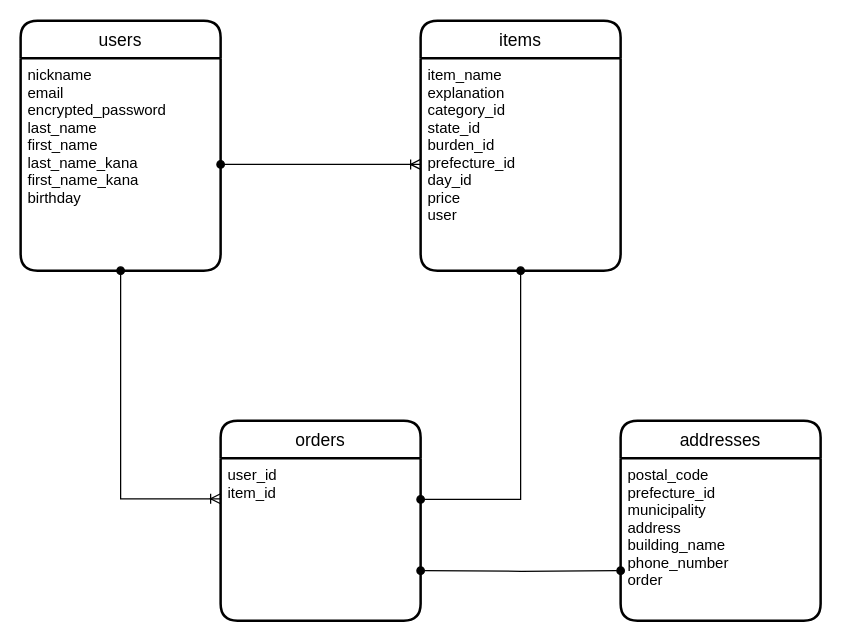
Above: furima_er.dio in sasaki-ichigo/furima-33050 (draw.io), before the change. Source tidied: cells renumbered, new cells numbered last; positions are measured from the earlier drawing's top-left corner, leaving out a move shared by most shapes. Both pictures are drawn from the tidied source at 125%, with x=0, y=0 at pixel (20, 20).
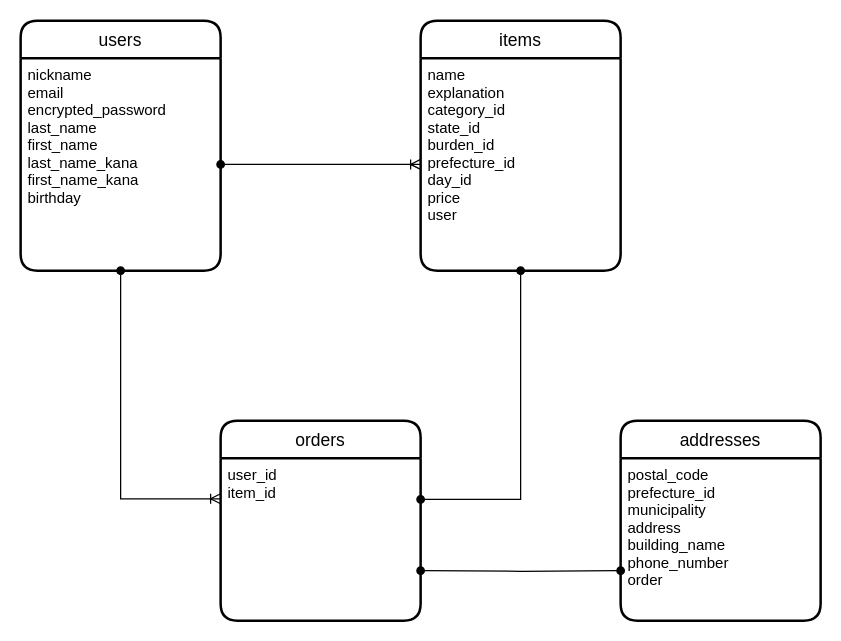
Above is the later version.

Diff of the diagram source:
```diff
@@
 <mxGraphModel>
   <root>
     <mxCell id="0" />
     <mxCell id="1" parent="0" />
     <mxCell id="2" value="users" style="swimlane;horizontal=1;startSize=30;rounded=1;fontSize=14;fontStyle=0;strokeWidth=2;shadow=0;dashed=0;align=center;" parent="1" vertex="1">
       <mxGeometry width="160" height="200" as="geometry" />
     </mxCell>
     <mxCell id="3" value="nickname&#10;email&#10;encrypted_password&#10;last_name&#10;first_name&#10;last_name_kana&#10;first_name_kana&#10;birthday" style="align=left;strokeColor=none;fillColor=none;spacingLeft=4;fontSize=12;verticalAlign=top;" parent="2" vertex="1">
       <mxGeometry y="30" width="160" height="170" as="geometry" />
     </mxCell>
     <mxCell id="4" value="items" style="swimlane;horizontal=1;startSize=30;rounded=1;fontSize=14;fontStyle=0;strokeWidth=2;shadow=0;dashed=0;align=center;" parent="1" vertex="1">
       <mxGeometry x="320" width="160" height="200" as="geometry" />
     </mxCell>
-    <mxCell id="5" value="item_name&#10;explanation&#10;category_id&#10;state_id&#10;burden_id&#10;prefecture_id&#10;day_id&#10;price&#10;user" style="align=left;strokeColor=none;fillColor=none;spacingLeft=4;fontSize=12;verticalAlign=top;" parent="4" vertex="1">
+    <mxCell id="5" value="name&#10;explanation&#10;category_id&#10;state_id&#10;burden_id&#10;prefecture_id&#10;day_id&#10;price&#10;user" style="align=left;strokeColor=none;fillColor=none;spacingLeft=4;fontSize=12;verticalAlign=top;" parent="4" vertex="1">
       <mxGeometry y="30" width="160" height="170" as="geometry" />
     </mxCell>
     <mxCell id="6" style="edgeStyle=orthogonalEdgeStyle;rounded=0;jettySize=auto;html=1;exitX=1;exitY=0.75;exitDx=0;exitDy=0;startArrow=oval;startFill=1;endArrow=oval;endFill=1;entryX=0;entryY=0.75;entryDx=0;entryDy=0;" parent="1" edge="1" target="8">
       <mxGeometry relative="1" as="geometry">
         <mxPoint x="320" y="440" as="sourcePoint" />
       </mxGeometry>
     </mxCell>
     <mxCell id="7" style="edgeStyle=orthogonalEdgeStyle;rounded=0;jettySize=auto;html=1;exitX=1;exitY=0.5;exitDx=0;exitDy=0;entryX=0;entryY=0.5;entryDx=0;entryDy=0;startArrow=oval;startFill=1;endArrow=ERoneToMany;endFill=0;" parent="1" edge="1" source="3" target="5">
       <mxGeometry relative="1" as="geometry" />
     </mxCell>
     <mxCell id="8" value="addresses" style="swimlane;horizontal=1;startSize=30;rounded=1;fontSize=14;fontStyle=0;strokeWidth=2;shadow=0;dashed=0;align=center;" parent="1" vertex="1">
       <mxGeometry x="480" y="320" width="160" height="160" as="geometry" />
     </mxCell>
     <mxCell id="9" value="postal_code&#10;prefecture_id&#10;municipality&#10;address&#10;building_name&#10;phone_number&#10;order" style="align=left;strokeColor=none;fillColor=none;spacingLeft=4;fontSize=12;verticalAlign=top;" parent="8" vertex="1">
       <mxGeometry y="30" width="160" height="130" as="geometry" />
     </mxCell>
     <mxCell id="10" style="edgeStyle=orthogonalEdgeStyle;rounded=0;jettySize=auto;html=1;startArrow=oval;startFill=1;endArrow=oval;endFill=1;entryX=0.5;entryY=1;entryDx=0;entryDy=0;" parent="1" edge="1" target="5">
       <mxGeometry relative="1" as="geometry">
         <mxPoint x="320" y="383" as="sourcePoint" />
         <Array as="points">
           <mxPoint x="400" y="383" />
         </Array>
       </mxGeometry>
     </mxCell>
     <mxCell id="11" value="orders" style="swimlane;horizontal=1;startSize=30;rounded=1;fontSize=14;fontStyle=0;strokeWidth=2;shadow=0;dashed=0;align=center;" parent="1" vertex="1">
       <mxGeometry x="160" y="320" width="160" height="160" as="geometry" />
     </mxCell>
     <mxCell id="12" value="user_id&#10;item_id" style="align=left;strokeColor=none;fillColor=none;spacingLeft=4;fontSize=12;verticalAlign=top;" parent="11" vertex="1">
       <mxGeometry y="30" width="160" height="130" as="geometry" />
     </mxCell>
     <mxCell id="13" style="edgeStyle=orthogonalEdgeStyle;rounded=0;jettySize=auto;html=1;exitX=0;exitY=0.25;exitDx=0;exitDy=0;startArrow=ERoneToMany;startFill=0;endArrow=oval;endFill=1;entryX=0.5;entryY=1;entryDx=0;entryDy=0;" parent="1" edge="1" source="12" target="3">
       <mxGeometry relative="1" as="geometry" />
     </mxCell>
   </root>
 </mxGraphModel>
```
